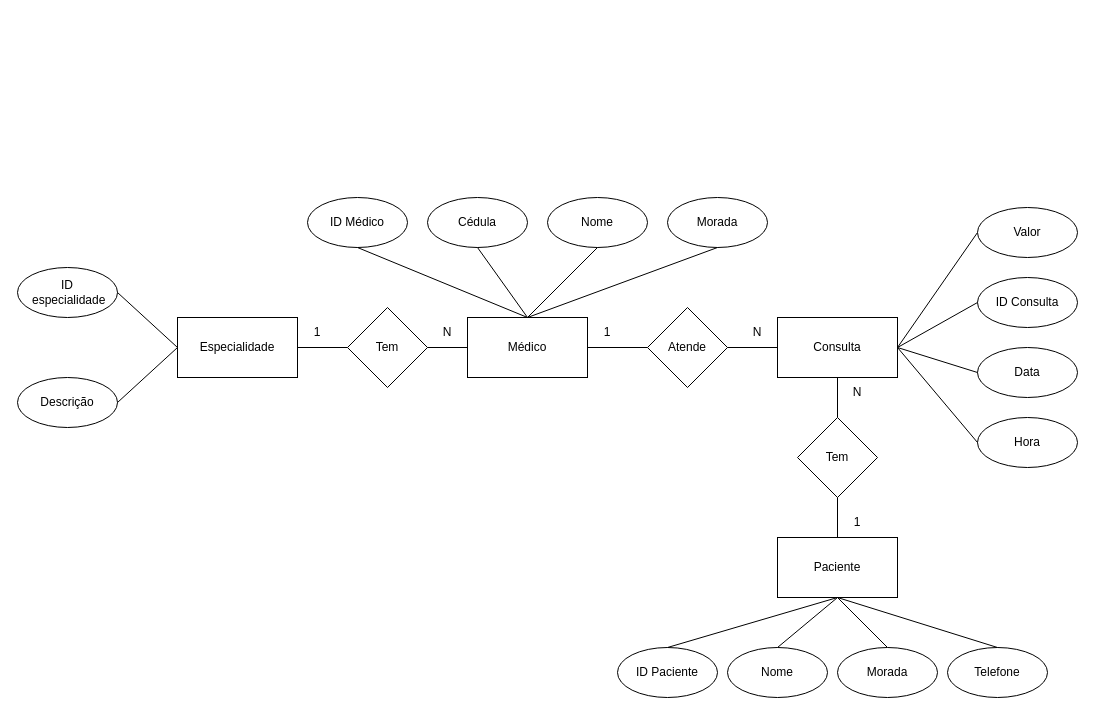
Before: Ex_01.drawio in GoncaloPereira97/CESAE_Softdev_PRT_1023, a draw.io diagram. Source tidied: cells renumbered, new cells numbered last; positions are measured from the earlier drawing's top-left corner, leaving out a move shared by most shapes. Both pictures are drawn from the tidied source at 100%, with x=0, y=0 at pixel (17, 197).
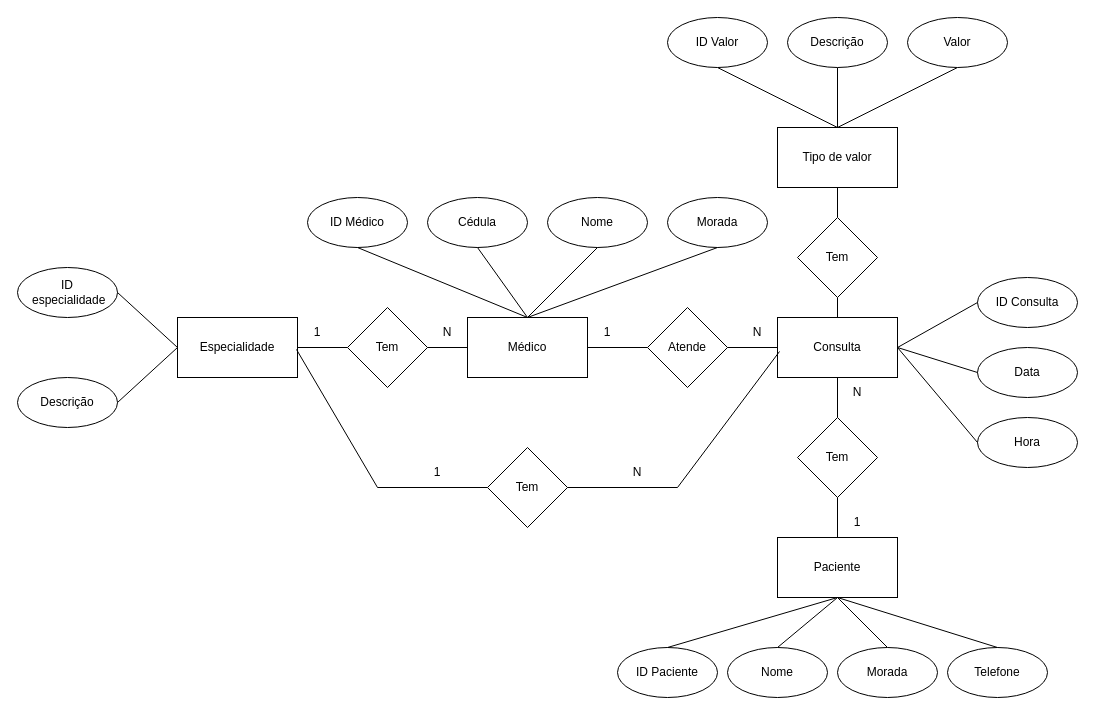
The same page after the edit.

Unchanged cells that the change refers to:
```xml
<mxCell id="3" value="Consulta" style="rounded=0;whiteSpace=wrap;html=1;" parent="1" vertex="1">
  <mxGeometry x="760" y="120" width="120" height="60" as="geometry" />
</mxCell>
<mxCell id="43" value="1" style="text;html=1;strokeColor=none;fillColor=none;align=center;verticalAlign=middle;whiteSpace=wrap;rounded=0;" parent="1" vertex="1">
  <mxGeometry x="270" y="120" width="60" height="30" as="geometry" />
</mxCell>
<mxCell id="44" value="N" style="text;html=1;strokeColor=none;fillColor=none;align=center;verticalAlign=middle;whiteSpace=wrap;rounded=0;" parent="1" vertex="1">
  <mxGeometry x="710" y="120" width="60" height="30" as="geometry" />
</mxCell>
```

Diff of the diagram source:
```diff
@@
-    <mxCell id="14" style="endArrow=none;html=1;rounded=0;exitX=1;exitY=0.5;exitDx=0;exitDy=0;entryX=0;entryY=0.5;entryDx=0;entryDy=0;" parent="1" edge="1" source="3" target="40">
+    <mxCell id="14" style="endArrow=none;html=1;rounded=0;exitX=0.5;exitY=0;exitDx=0;exitDy=0;entryX=0.5;entryY=1;entryDx=0;entryDy=0;" parent="1" edge="1" source="56" target="54">
       <mxGeometry relative="1" as="geometry" />
     </mxCell>
@@
-    <mxCell id="40" value="Valor" style="ellipse;whiteSpace=wrap;html=1;" parent="1" vertex="1">
-      <mxGeometry x="960" y="10" width="100" height="50" as="geometry" />
-    </mxCell>
@@
+    <mxCell id="49" value="Tem" style="rhombus;whiteSpace=wrap;html=1;" parent="1" vertex="1">
+      <mxGeometry x="470" y="250" width="80" height="80" as="geometry" />
+    </mxCell>
+    <mxCell id="50" value="N" style="text;html=1;strokeColor=none;fillColor=none;align=center;verticalAlign=middle;whiteSpace=wrap;rounded=0;" parent="1" vertex="1">
+      <mxGeometry x="590" y="260" width="60" height="30" as="geometry" />
+    </mxCell>
+    <mxCell id="51" style="endArrow=none;html=1;rounded=0;exitX=0.15;exitY=1.067;exitDx=0;exitDy=0;exitPerimeter=0;entryX=0;entryY=0.5;entryDx=0;entryDy=0;" parent="1" edge="1" source="43" target="49">
+      <mxGeometry relative="1" as="geometry">
+        <Array as="points">
+          <mxPoint x="360" y="290" />
+        </Array>
+      </mxGeometry>
+    </mxCell>
+    <mxCell id="52" value="1" style="text;html=1;strokeColor=none;fillColor=none;align=center;verticalAlign=middle;whiteSpace=wrap;rounded=0;" parent="1" vertex="1">
+      <mxGeometry x="390" y="260" width="60" height="30" as="geometry" />
+    </mxCell>
+    <mxCell id="53" style="endArrow=none;html=1;rounded=0;entryX=0.867;entryY=1.133;entryDx=0;entryDy=0;entryPerimeter=0;exitX=1;exitY=0.5;exitDx=0;exitDy=0;" parent="1" edge="1" source="49" target="44">
+      <mxGeometry relative="1" as="geometry">
+        <Array as="points">
+          <mxPoint x="660" y="290" />
+        </Array>
+      </mxGeometry>
+    </mxCell>
+    <mxCell id="54" value="Tipo de valor" style="rounded=0;whiteSpace=wrap;html=1;" parent="1" vertex="1">
+      <mxGeometry x="760" y="-70" width="120" height="60" as="geometry" />
+    </mxCell>
+    <mxCell id="55" style="endArrow=none;html=1;rounded=0;exitX=0.5;exitY=0;exitDx=0;exitDy=0;entryX=0.5;entryY=1;entryDx=0;entryDy=0;" parent="1" edge="1" source="3" target="56">
+      <mxGeometry relative="1" as="geometry" />
+    </mxCell>
+    <mxCell id="56" value="Tem" style="rhombus;whiteSpace=wrap;html=1;" parent="1" vertex="1">
+      <mxGeometry x="780" y="20" width="80" height="80" as="geometry" />
+    </mxCell>
+    <mxCell id="57" style="endArrow=none;html=1;rounded=0;entryX=0.5;entryY=0;entryDx=0;entryDy=0;exitX=0.5;exitY=1;exitDx=0;exitDy=0;" parent="1" edge="1" source="61" target="54">
+      <mxGeometry relative="1" as="geometry" />
+    </mxCell>
+    <mxCell id="58" style="endArrow=none;html=1;rounded=0;entryX=0.5;entryY=0;entryDx=0;entryDy=0;exitX=0.5;exitY=1;exitDx=0;exitDy=0;" parent="1" edge="1" source="40" target="54">
+      <mxGeometry relative="1" as="geometry" />
+    </mxCell>
+    <mxCell id="59" style="endArrow=none;html=1;rounded=0;entryX=0.5;entryY=0;entryDx=0;entryDy=0;exitX=0.5;exitY=1;exitDx=0;exitDy=0;" parent="1" edge="1" source="60" target="54">
+      <mxGeometry relative="1" as="geometry" />
+    </mxCell>
+    <mxCell id="60" value="ID Valor" style="ellipse;whiteSpace=wrap;html=1;" parent="1" vertex="1">
+      <mxGeometry x="650" y="-180" width="100" height="50" as="geometry" />
+    </mxCell>
+    <mxCell id="61" value="Descrição" style="ellipse;whiteSpace=wrap;html=1;" parent="1" vertex="1">
+      <mxGeometry x="770" y="-180" width="100" height="50" as="geometry" />
+    </mxCell>
+    <mxCell id="40" value="Valor" style="ellipse;whiteSpace=wrap;html=1;" parent="1" vertex="1">
+      <mxGeometry x="890" y="-180" width="100" height="50" as="geometry" />
+    </mxCell>
```
